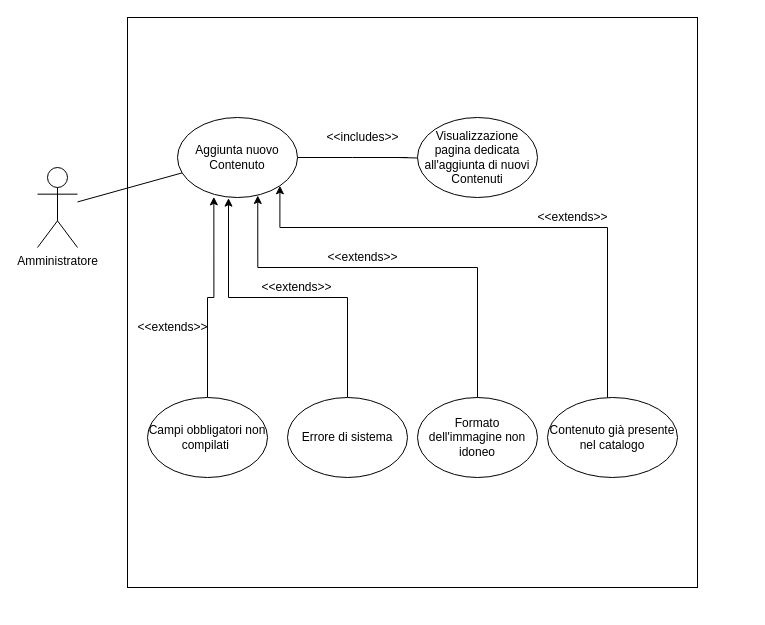
Earlier version of the draw.io diagram Documenti/diagrammi/use case diagrams/UseCase Diagram (Aggiunta Contenuto).drawio (IlSelva/ProgettoIS). Source tidied: cells renumbered, new cells numbered last; positions are measured from the earlier drawing's top-left corner, leaving out a move shared by most shapes. Both pictures are drawn from the tidied source at 100%, with x=0, y=0 at pixel (37, 17).
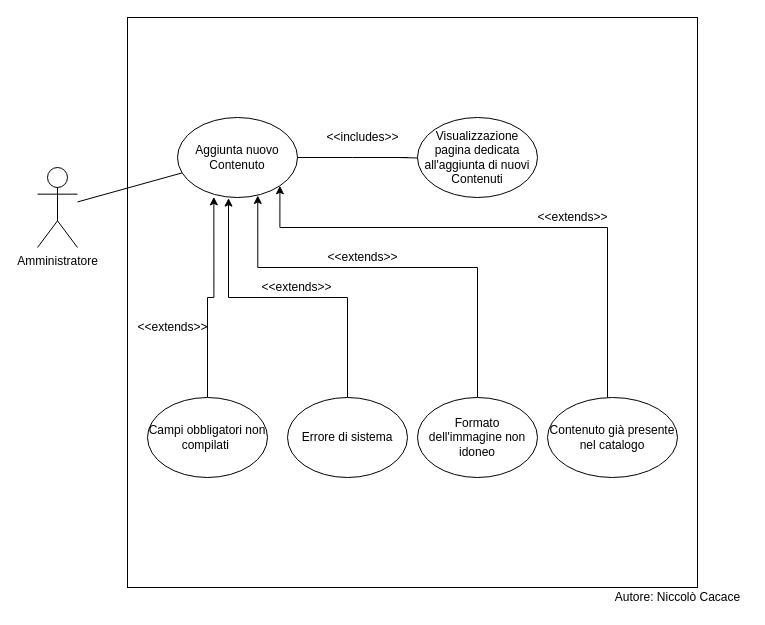
After the change.

Change to the diagram source:
```diff
@@
+    <mxCell id="22" value="Autore: Niccolò Cacace" style="text;html=1;align=center;verticalAlign=middle;strokeColor=none;fillColor=none;" parent="1" vertex="1">
+      <mxGeometry x="570" y="570" width="140" height="20" as="geometry" />
+    </mxCell>
```
